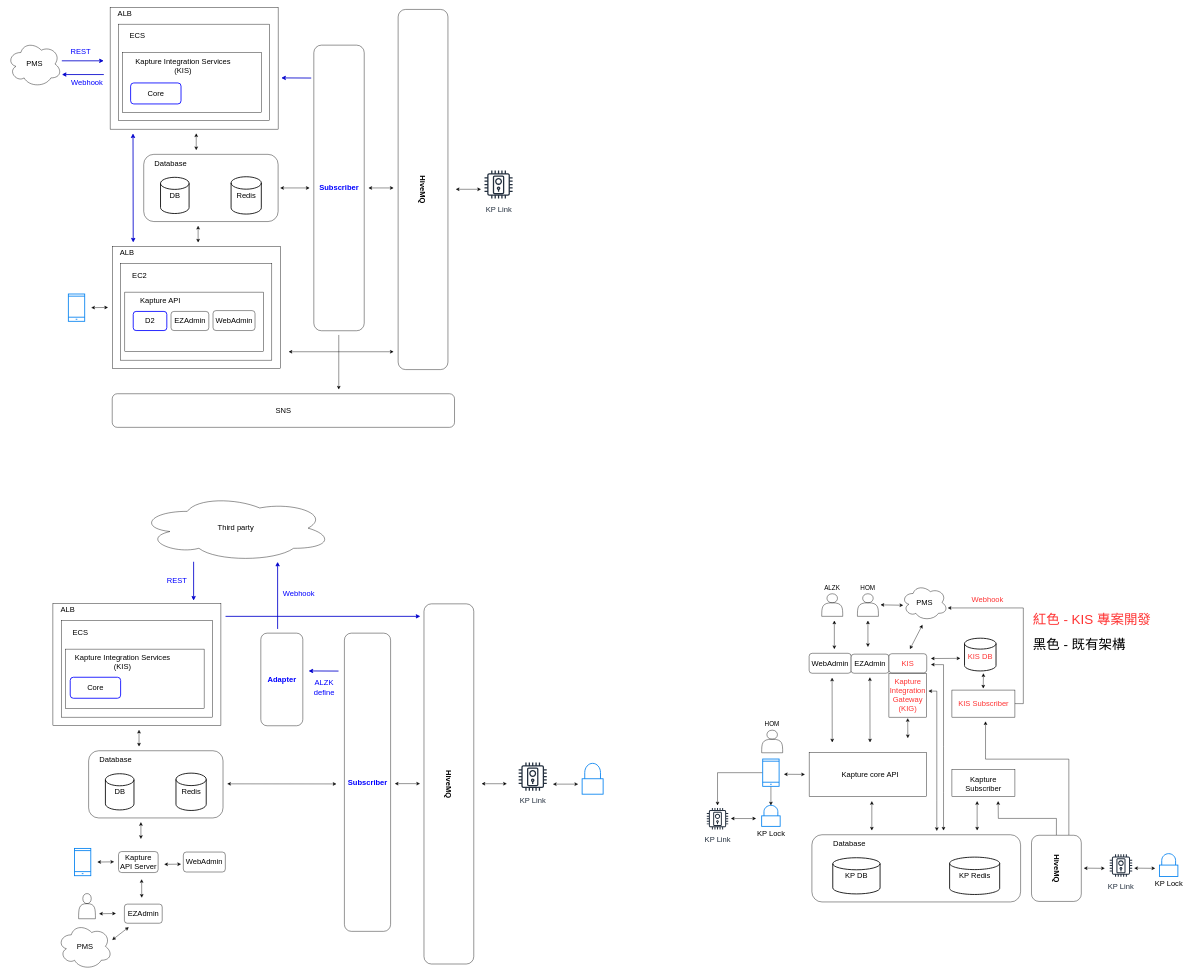
Before: KaptureIntegrationService.drawio in kevin3747118/ALZK, a draw.io diagram. Source tidied: cells renumbered, new cells numbered last; positions are measured from the earlier drawing's top-left corner, leaving out a move shared by most shapes. Both pictures are drawn from the tidied source at 42%, with x=0, y=0 at pixel (7, 7).
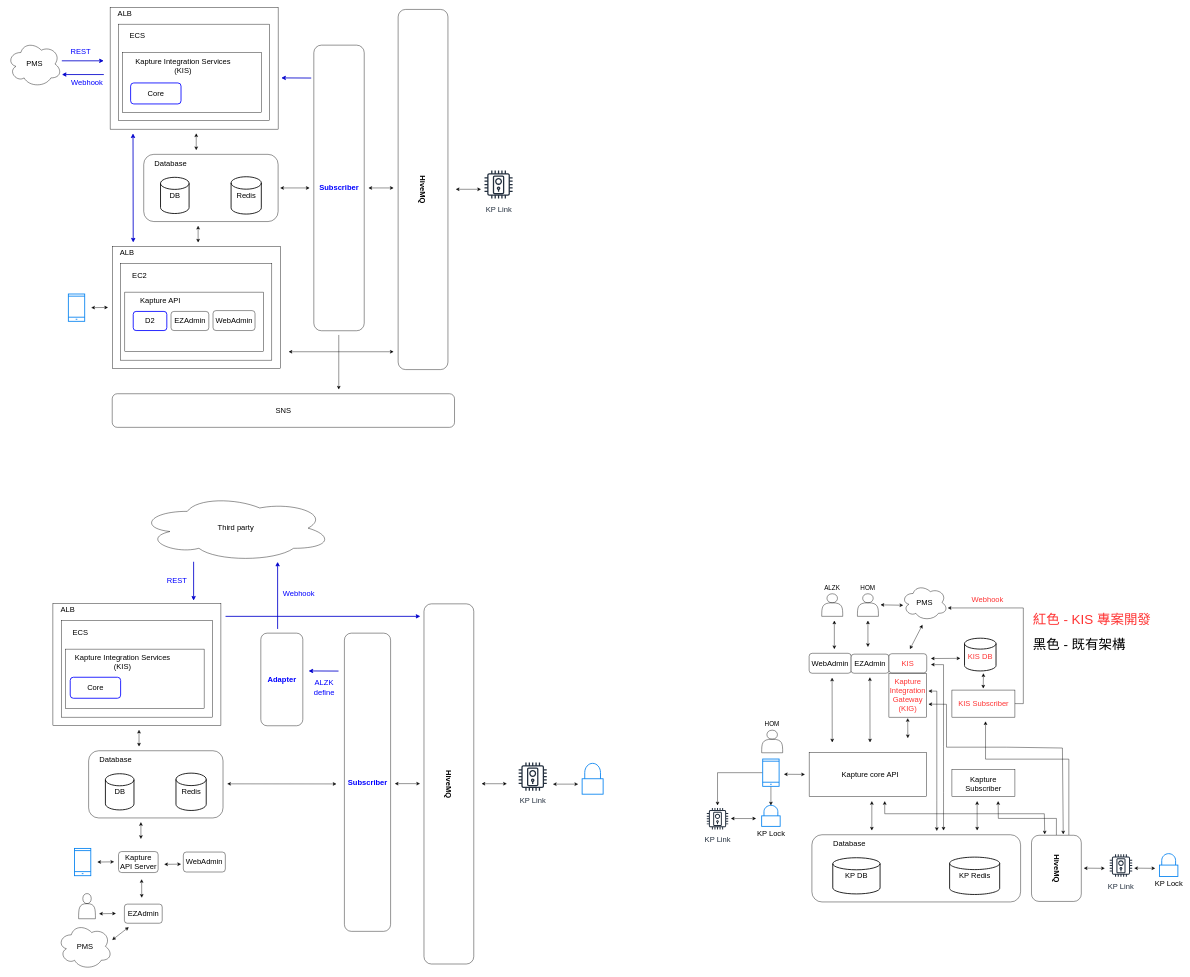
After the change.

Diff of the diagram source:
```diff
@@
+    <mxCell id="145" style="endArrow=classic;startArrow=classic;html=1;rounded=0;fontSize=18;fontColor=#000000;" parent="1" edge="1">
+      <mxGeometry relative="1" as="geometry">
+        <mxPoint x="2089" y="1890" as="sourcePoint" />
+        <mxPoint x="2470" y="1969" as="targetPoint" />
+        <Array as="points">
+          <mxPoint x="2089" y="1920" />
+          <mxPoint x="2469" y="1920" />
+        </Array>
+      </mxGeometry>
+    </mxCell>
+    <mxCell id="146" style="endArrow=classic;startArrow=classic;html=1;rounded=0;fontSize=18;fontColor=#000000;" parent="1" edge="1">
+      <mxGeometry relative="1" as="geometry">
+        <mxPoint x="2193" y="1659" as="sourcePoint" />
+        <mxPoint x="2514" y="1969" as="targetPoint" />
+        <Array as="points">
+          <mxPoint x="2236" y="1659.4" />
+          <mxPoint x="2236.1" y="1761.5" />
+          <mxPoint x="2378.1" y="1761.5" />
+          <mxPoint x="2512.1" y="1763.5" />
+        </Array>
+      </mxGeometry>
+    </mxCell>
```
